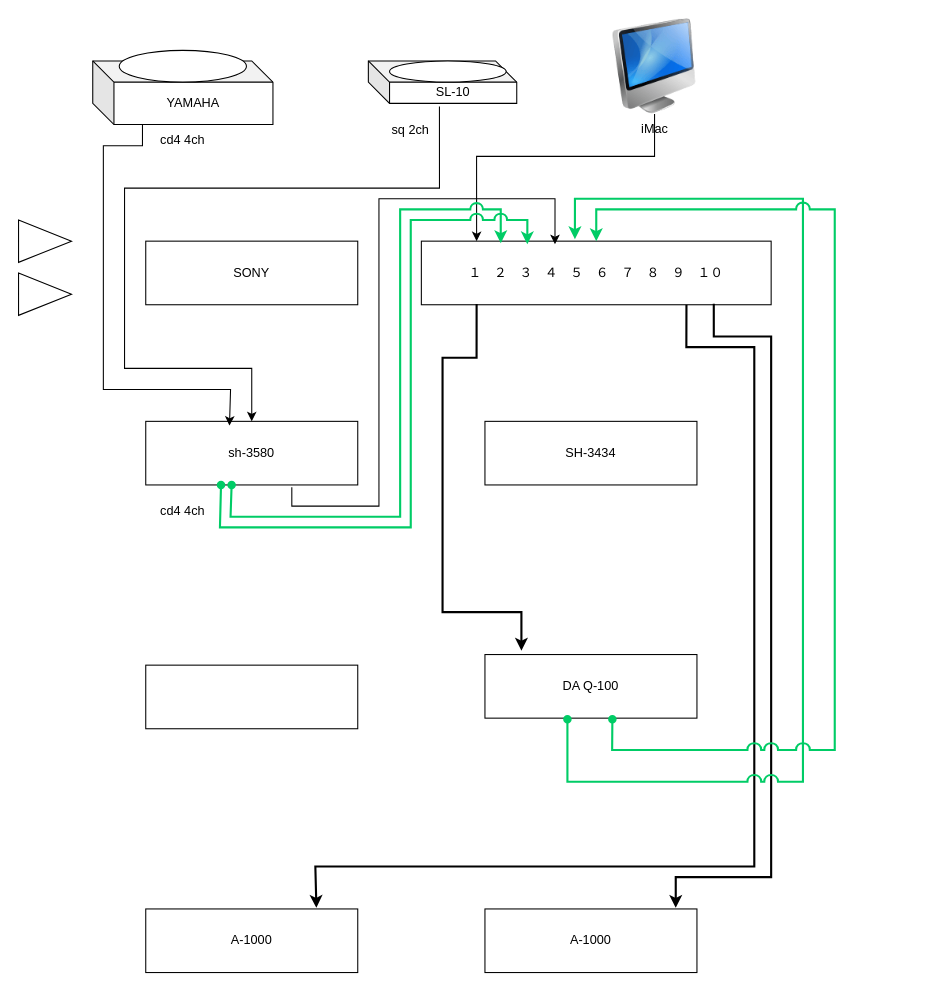
Before: św-1010.drawio in kenzi-taka/audio-diagram, a draw.io diagram. Source tidied: cells renumbered, new cells numbered last; positions are measured from the earlier drawing's top-left corner, leaving out a move shared by most shapes. Both pictures are drawn from the tidied source at 106%, with x=0, y=0 at pixel (18, 18).
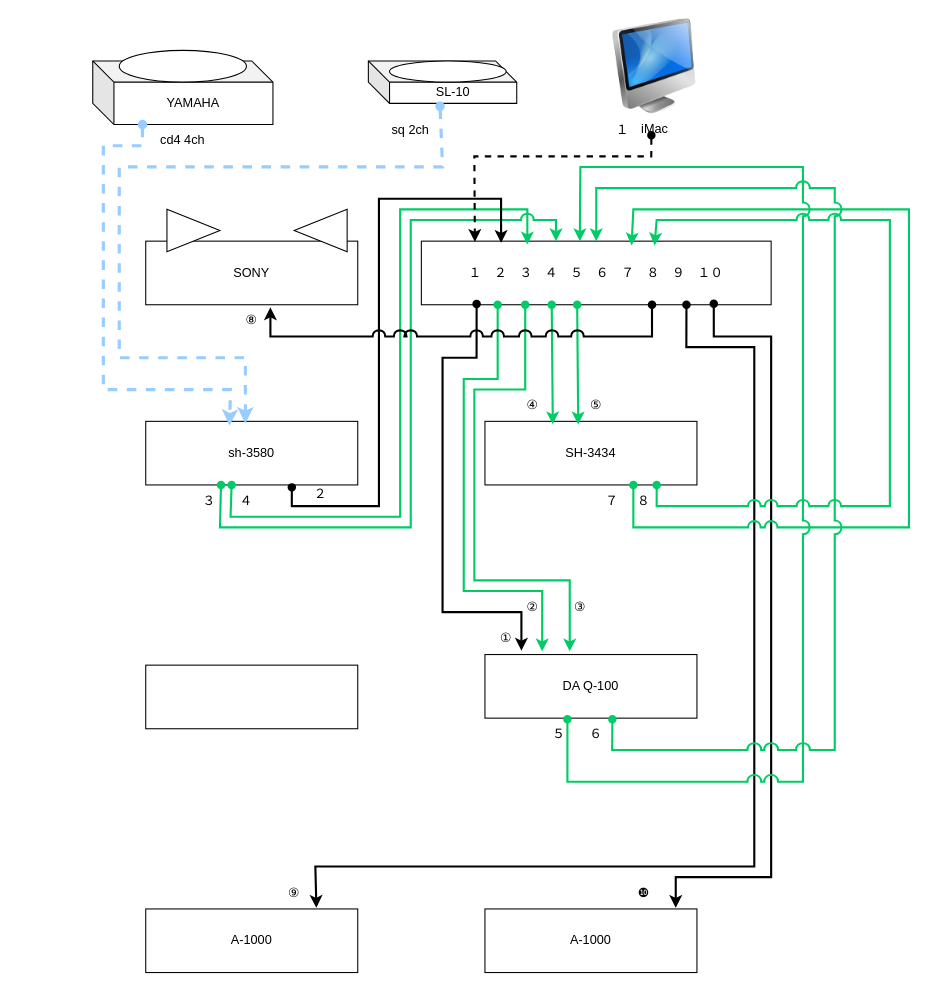
The same diagram, later.

Unchanged cells that the change refers to:
```xml
<mxCell id="2" value="iMac" style="image;html=1;image=img/lib/clip_art/computers/iMac_128x128.png;" parent="1" vertex="1">
  <mxGeometry x="550" width="100" height="90" as="geometry" />
</mxCell>
<mxCell id="3" value="YAMAHA" style="shape=cube;whiteSpace=wrap;html=1;boundedLbl=1;backgroundOutline=1;darkOpacity=0.05;darkOpacity2=0.1;" parent="1" vertex="1">
  <mxGeometry x="70" y="40" width="170" height="60" as="geometry" />
</mxCell>
<mxCell id="4" value="SL-10" style="shape=cube;whiteSpace=wrap;html=1;boundedLbl=1;backgroundOutline=1;darkOpacity=0.05;darkOpacity2=0.1;" parent="1" vertex="1">
  <mxGeometry x="330" y="40" width="140" height="40" as="geometry" />
</mxCell>
<mxCell id="7" value="SONY" style="rounded=0;whiteSpace=wrap;html=1;" parent="1" vertex="1">
  <mxGeometry x="120" y="210" width="200" height="60" as="geometry" />
</mxCell>
<mxCell id="10" value="sh-3580" style="rounded=0;whiteSpace=wrap;html=1;" parent="1" vertex="1">
  <mxGeometry x="120" y="380" width="200" height="60" as="geometry" />
</mxCell>
<mxCell id="23" value="DA Q-100" style="rounded=0;whiteSpace=wrap;html=1;" parent="1" vertex="1">
  <mxGeometry x="440" y="600" width="200" height="60" as="geometry" />
</mxCell>
<mxCell id="24" value="A-1000" style="rounded=0;whiteSpace=wrap;html=1;" parent="1" vertex="1">
  <mxGeometry x="120" y="840" width="200" height="60" as="geometry" />
</mxCell>
<mxCell id="25" value="A-1000" style="rounded=0;whiteSpace=wrap;html=1;" parent="1" vertex="1">
  <mxGeometry x="440" y="840" width="200" height="60" as="geometry" />
</mxCell>
```

The edit, as a diff of the source:
```diff
@@
+    <mxCell id="19" value="SH-3434" style="rounded=0;whiteSpace=wrap;html=1;" parent="1" vertex="1">
+      <mxGeometry x="440" y="380" width="200" height="60" as="geometry" />
+    </mxCell>
+    <mxCell id="8" style="rounded=0;whiteSpace=wrap;html=1;" parent="1" vertex="1">
+      <mxGeometry x="380" y="210" width="330" height="60" as="geometry" />
+    </mxCell>
+    <mxCell id="26" style="endArrow=classic;html=1;rounded=0;exitX=0.836;exitY=0.983;exitDx=0;exitDy=0;exitPerimeter=0;entryX=0.9;entryY=-0.017;entryDx=0;entryDy=0;entryPerimeter=0;strokeWidth=2;startArrow=oval;startFill=1;jumpStyle=arc;jumpSize=10;" parent="1" edge="1" source="8" target="25">
+      <mxGeometry relative="1" as="geometry">
+        <Array as="points">
+          <mxPoint x="655.9" y="300" />
+          <mxPoint x="710" y="300" />
+          <mxPoint x="710" y="810" />
+          <mxPoint x="620" y="810" />
+        </Array>
+      </mxGeometry>
+    </mxCell>
+    <mxCell id="27" style="endArrow=classic;html=1;rounded=0;exitX=0.836;exitY=0.983;exitDx=0;exitDy=0;exitPerimeter=0;entryX=0.805;entryY=-0.017;entryDx=0;entryDy=0;entryPerimeter=0;strokeWidth=2;startArrow=oval;startFill=1;jumpStyle=arc;jumpSize=10;" parent="1" edge="1" target="24">
+      <mxGeometry relative="1" as="geometry">
+        <mxPoint x="630.1" y="270" as="sourcePoint" />
+        <Array as="points">
+          <mxPoint x="630" y="310" />
+          <mxPoint x="694.1" y="310" />
+          <mxPoint x="694.1" y="800" />
+          <mxPoint x="280" y="800" />
+        </Array>
+      </mxGeometry>
+    </mxCell>
+    <mxCell id="32" style="endArrow=classic;html=1;rounded=0;exitX=0.7;exitY=1;exitDx=0;exitDy=0;exitPerimeter=0;entryX=0.601;entryY=0.067;entryDx=0;entryDy=0;entryPerimeter=0;strokeColor=#00CC66;strokeWidth=2;jumpStyle=arc;jumpSize=10;startArrow=oval;startFill=1;" parent="1" edge="1" source="19" target="8">
+      <mxGeometry relative="1" as="geometry">
+        <Array as="points">
+          <mxPoint x="580" y="480" />
+          <mxPoint x="840" y="480" />
+          <mxPoint x="840" y="180" />
+          <mxPoint x="580" y="180" />
+        </Array>
+      </mxGeometry>
+    </mxCell>
@@
-    <mxCell id="8" style="rounded=0;whiteSpace=wrap;html=1;" parent="1" vertex="1">
-      <mxGeometry x="380" y="210" width="330" height="60" as="geometry" />
-    </mxCell>
@@
-    <mxCell id="11" style="endArrow=classic;html=1;rounded=0;exitX=0.276;exitY=1;exitDx=0;exitDy=0;exitPerimeter=0;entryX=0.395;entryY=0.067;entryDx=0;entryDy=0;entryPerimeter=0;" parent="1" edge="1" source="3" target="10">
+    <mxCell id="11" style="endArrow=classic;html=1;rounded=0;exitX=0.276;exitY=1;exitDx=0;exitDy=0;exitPerimeter=0;entryX=0.395;entryY=0.067;entryDx=0;entryDy=0;entryPerimeter=0;strokeColor=#99CCFF;strokeWidth=3;dashed=1;startArrow=oval;startFill=1;" parent="1" edge="1" source="3" target="10">
       <mxGeometry relative="1" as="geometry">
         <Array as="points">
           <mxPoint x="116.9" y="120" />
           <mxPoint x="80" y="120" />
           <mxPoint x="80" y="350" />
           <mxPoint x="200" y="350" />
         </Array>
       </mxGeometry>
     </mxCell>
-    <mxCell id="12" style="endArrow=classic;html=1;rounded=0;exitX=0.479;exitY=1.075;exitDx=0;exitDy=0;exitPerimeter=0;entryX=0.5;entryY=0;entryDx=0;entryDy=0;" parent="1" edge="1" source="4" target="10">
-      <mxGeometry relative="1" as="geometry">
-        <Array as="points">
-          <mxPoint x="397.1" y="160" />
-          <mxPoint x="100" y="160" />
-          <mxPoint x="100" y="330" />
-          <mxPoint x="220" y="330" />
-        </Array>
-      </mxGeometry>
-    </mxCell>
-    <mxCell id="13" style="endArrow=classic;html=1;rounded=0;entryX=0.158;entryY=0;entryDx=0;entryDy=0;entryPerimeter=0;strokeWidth=1;" parent="1" edge="1" source="2" target="8">
-      <mxGeometry relative="1" as="geometry">
-        <Array as="points">
-          <mxPoint x="600" y="130" />
-          <mxPoint x="432.1" y="130" />
-        </Array>
-      </mxGeometry>
-    </mxCell>
-    <mxCell id="14" style="endArrow=classic;html=1;rounded=0;startArrow=oval;startFill=1;entryX=0.227;entryY=0.033;entryDx=0;entryDy=0;entryPerimeter=0;jumpStyle=arc;jumpSize=10;exitX=0.405;exitY=1;exitDx=0;exitDy=0;exitPerimeter=0;strokeColor=#00CC66;strokeWidth=2;" parent="1" edge="1" source="10" target="8">
+    <mxCell id="14" style="endArrow=classic;html=1;rounded=0;startArrow=oval;startFill=1;entryX=0.303;entryY=0.053;entryDx=0;entryDy=0;entryPerimeter=0;jumpStyle=arc;jumpSize=10;exitX=0.405;exitY=1;exitDx=0;exitDy=0;exitPerimeter=0;strokeColor=#00CC66;strokeWidth=2;" parent="1" edge="1" source="10" target="8">
       <mxGeometry relative="1" as="geometry">
         <Array as="points">
           <mxPoint x="200" y="470" />
           <mxPoint x="360" y="470" />
           <mxPoint x="360" y="180" />
-          <mxPoint x="454.9" y="180" />
+          <mxPoint x="480" y="180" />
         </Array>
       </mxGeometry>
     </mxCell>
-    <mxCell id="15" style="endArrow=classic;html=1;rounded=0;startArrow=oval;startFill=1;entryX=0.303;entryY=0.05;entryDx=0;entryDy=0;entryPerimeter=0;jumpStyle=arc;jumpSize=10;exitX=0.405;exitY=1;exitDx=0;exitDy=0;exitPerimeter=0;strokeColor=#00CC66;strokeWidth=2;" parent="1" edge="1" target="8">
+    <mxCell id="15" style="endArrow=classic;html=1;rounded=0;startArrow=oval;startFill=1;entryX=0.385;entryY=0;entryDx=0;entryDy=0;entryPerimeter=0;jumpStyle=arc;jumpSize=10;exitX=0.405;exitY=1;exitDx=0;exitDy=0;exitPerimeter=0;strokeColor=#00CC66;strokeWidth=2;" parent="1" edge="1" target="8">
       <mxGeometry relative="1" as="geometry">
         <mxPoint x="191" y="440" as="sourcePoint" />
         <Array as="points">
           <mxPoint x="190" y="480" />
           <mxPoint x="370" y="480" />
           <mxPoint x="370" y="190" />
-          <mxPoint x="480" y="190" />
+          <mxPoint x="507" y="190" />
         </Array>
       </mxGeometry>
     </mxCell>
@@
-    <mxCell id="18" value="cd4 4ch" style="text;html=1;whiteSpace=wrap;strokeColor=none;fillColor=none;align=center;verticalAlign=middle;rounded=0;" parent="1" vertex="1">
-      <mxGeometry x="125" y="450" width="60" height="30" as="geometry" />
+    <mxCell id="18" value="４" style="text;html=1;whiteSpace=wrap;strokeColor=none;fillColor=none;align=center;verticalAlign=middle;rounded=0;" parent="1" vertex="1">
+      <mxGeometry x="185" y="440" width="60" height="30" as="geometry" />
     </mxCell>
-    <mxCell id="19" value="SH-3434" style="rounded=0;whiteSpace=wrap;html=1;" parent="1" vertex="1">
-      <mxGeometry x="440" y="380" width="200" height="60" as="geometry" />
-    </mxCell>
     <mxCell id="20" style="triangle;whiteSpace=wrap;html=1;shapeInside=1;" parent="1" vertex="1">
-      <mxGeometry y="190" width="50" height="40" as="geometry" />
+      <mxGeometry x="140" y="180" width="50" height="40" as="geometry" />
     </mxCell>
-    <mxCell id="21" style="triangle;whiteSpace=wrap;html=1;shapeInside=1;" parent="1" vertex="1">
-      <mxGeometry y="240" width="50" height="40" as="geometry" />
+    <mxCell id="21" style="triangle;whiteSpace=wrap;html=1;shapeInside=1;rotation=-180;" parent="1" vertex="1">
+      <mxGeometry x="260" y="180" width="50" height="40" as="geometry" />
     </mxCell>
@@
-    <mxCell id="26" style="endArrow=classic;html=1;rounded=0;exitX=0.836;exitY=0.983;exitDx=0;exitDy=0;exitPerimeter=0;entryX=0.9;entryY=-0.017;entryDx=0;entryDy=0;entryPerimeter=0;strokeWidth=2;" parent="1" edge="1" source="8" target="25">
-      <mxGeometry relative="1" as="geometry">
-        <Array as="points">
-          <mxPoint x="655.9" y="300" />
-          <mxPoint x="710" y="300" />
-          <mxPoint x="710" y="810" />
-          <mxPoint x="620" y="810" />
-        </Array>
-      </mxGeometry>
-    </mxCell>
-    <mxCell id="27" style="endArrow=classic;html=1;rounded=0;exitX=0.836;exitY=0.983;exitDx=0;exitDy=0;exitPerimeter=0;entryX=0.805;entryY=-0.017;entryDx=0;entryDy=0;entryPerimeter=0;strokeWidth=2;" parent="1" edge="1" target="24">
-      <mxGeometry relative="1" as="geometry">
-        <mxPoint x="630.1" y="270" as="sourcePoint" />
-        <Array as="points">
-          <mxPoint x="630" y="310" />
-          <mxPoint x="694.1" y="310" />
-          <mxPoint x="694.1" y="800" />
-          <mxPoint x="280" y="800" />
-        </Array>
-      </mxGeometry>
-    </mxCell>
-    <mxCell id="28" style="endArrow=classic;html=1;rounded=0;exitX=0.689;exitY=1.038;exitDx=0;exitDy=0;exitPerimeter=0;entryX=0.382;entryY=0.048;entryDx=0;entryDy=0;entryPerimeter=0;" parent="1" edge="1" source="10" target="8">
+    <mxCell id="28" style="endArrow=classic;html=1;rounded=0;exitX=0.689;exitY=1.038;exitDx=0;exitDy=0;exitPerimeter=0;strokeWidth=2;startArrow=oval;startFill=1;entryX=0.228;entryY=0.027;entryDx=0;entryDy=0;entryPerimeter=0;" parent="1" edge="1" source="10" target="8">
       <mxGeometry relative="1" as="geometry">
         <Array as="points">
           <mxPoint x="257.8" y="460" />
           <mxPoint x="340" y="460" />
           <mxPoint x="340" y="170" />
-          <mxPoint x="506.1" y="170" />
+          <mxPoint x="455.2" y="170" />
         </Array>
       </mxGeometry>
     </mxCell>
-    <mxCell id="29" style="endArrow=classic;html=1;rounded=0;exitX=0.389;exitY=1.019;exitDx=0;exitDy=0;exitPerimeter=0;entryX=0.439;entryY=-0.03;entryDx=0;entryDy=0;entryPerimeter=0;strokeWidth=2;strokeColor=#00CC66;startArrow=oval;startFill=1;jumpStyle=arc;jumpSize=11;" parent="1" edge="1" source="23" target="8">
+    <mxCell id="29" style="endArrow=classic;html=1;rounded=0;exitX=0.389;exitY=1.019;exitDx=0;exitDy=0;exitPerimeter=0;entryX=0.453;entryY=0;entryDx=0;entryDy=0;entryPerimeter=0;strokeWidth=2;strokeColor=#00CC66;startArrow=oval;startFill=1;jumpStyle=arc;jumpSize=11;" parent="1" edge="1" source="23" target="8">
       <mxGeometry relative="1" as="geometry">
         <Array as="points">
           <mxPoint x="517.8" y="720" />
           <mxPoint x="630" y="720" />
           <mxPoint x="740" y="720" />
-          <mxPoint x="740" y="170" />
-          <mxPoint x="524.9" y="170" />
+          <mxPoint x="740" y="140" />
+          <mxPoint x="530" y="140" />
         </Array>
       </mxGeometry>
     </mxCell>
     <mxCell id="30" style="endArrow=classic;html=1;rounded=0;exitX=0.389;exitY=1.019;exitDx=0;exitDy=0;exitPerimeter=0;entryX=0.5;entryY=0;entryDx=0;entryDy=0;strokeWidth=2;strokeColor=#00CC66;startArrow=oval;startFill=1;jumpStyle=arc;jumpSize=11;" parent="1" edge="1" target="8">
       <mxGeometry relative="1" as="geometry">
         <mxPoint x="560.2" y="661" as="sourcePoint" />
         <Array as="points">
           <mxPoint x="560" y="690" />
           <mxPoint x="770" y="690" />
-          <mxPoint x="770" y="180" />
-          <mxPoint x="545" y="180" />
+          <mxPoint x="770" y="160" />
+          <mxPoint x="545" y="160" />
         </Array>
       </mxGeometry>
     </mxCell>
-    <mxCell id="31" style="endArrow=classic;html=1;rounded=0;exitX=0.158;exitY=0.989;exitDx=0;exitDy=0;exitPerimeter=0;entryX=0.172;entryY=-0.06;entryDx=0;entryDy=0;entryPerimeter=0;strokeWidth=2;" parent="1" edge="1" source="8" target="23">
+    <mxCell id="31" style="endArrow=classic;html=1;rounded=0;exitX=0.158;exitY=0.989;exitDx=0;exitDy=0;exitPerimeter=0;entryX=0.172;entryY=-0.06;entryDx=0;entryDy=0;entryPerimeter=0;strokeWidth=2;startArrow=oval;startFill=1;" parent="1" edge="1" source="8" target="23">
       <mxGeometry relative="1" as="geometry">
         <Array as="points">
           <mxPoint x="432.1" y="320" />
           <mxPoint x="400" y="320" />
           <mxPoint x="400" y="560" />
           <mxPoint x="474.4" y="560" />
         </Array>
       </mxGeometry>
     </mxCell>
+    <mxCell id="33" style="endArrow=classic;html=1;rounded=0;exitX=0.7;exitY=1;exitDx=0;exitDy=0;exitPerimeter=0;entryX=0.601;entryY=0.067;entryDx=0;entryDy=0;entryPerimeter=0;strokeColor=#00CC66;strokeWidth=2;startArrow=oval;startFill=1;jumpStyle=arc;jumpSize=10;" parent="1" edge="1">
+      <mxGeometry relative="1" as="geometry">
+        <mxPoint x="602" y="440" as="sourcePoint" />
+        <mxPoint x="600" y="214" as="targetPoint" />
+        <Array as="points">
+          <mxPoint x="602" y="460" />
+          <mxPoint x="822" y="460" />
+          <mxPoint x="822" y="190" />
+          <mxPoint x="602" y="190" />
+        </Array>
+      </mxGeometry>
+    </mxCell>
+    <mxCell id="34" style="endArrow=classic;html=1;rounded=0;exitX=0.158;exitY=0.989;exitDx=0;exitDy=0;exitPerimeter=0;entryX=0.172;entryY=-0.06;entryDx=0;entryDy=0;entryPerimeter=0;strokeWidth=2;startArrow=oval;startFill=1;strokeColor=#00CC66;" parent="1" edge="1">
+      <mxGeometry relative="1" as="geometry">
+        <mxPoint x="452" y="270" as="sourcePoint" />
+        <mxPoint x="494" y="597" as="targetPoint" />
+        <Array as="points">
+          <mxPoint x="452" y="340" />
+          <mxPoint x="420" y="340" />
+          <mxPoint x="420" y="540" />
+          <mxPoint x="494" y="540" />
+        </Array>
+      </mxGeometry>
+    </mxCell>
+    <mxCell id="35" style="endArrow=classic;html=1;rounded=0;exitX=0.158;exitY=0.989;exitDx=0;exitDy=0;exitPerimeter=0;entryX=0.172;entryY=-0.06;entryDx=0;entryDy=0;entryPerimeter=0;strokeWidth=2;startArrow=oval;startFill=1;strokeColor=#00CC66;" parent="1" edge="1">
+      <mxGeometry relative="1" as="geometry">
+        <mxPoint x="478" y="270" as="sourcePoint" />
+        <mxPoint x="520" y="597" as="targetPoint" />
+        <Array as="points">
+          <mxPoint x="478" y="350" />
+          <mxPoint x="430" y="350" />
+          <mxPoint x="430" y="530" />
+          <mxPoint x="520" y="530" />
+        </Array>
+      </mxGeometry>
+    </mxCell>
+    <mxCell id="36" style="endArrow=classic;html=1;rounded=0;exitX=0.158;exitY=0.989;exitDx=0;exitDy=0;exitPerimeter=0;entryX=0.32;entryY=0.047;entryDx=0;entryDy=0;entryPerimeter=0;strokeWidth=2;startArrow=oval;startFill=1;strokeColor=#00CC66;" parent="1" edge="1" target="19">
+      <mxGeometry relative="1" as="geometry">
+        <mxPoint x="503" y="270" as="sourcePoint" />
+      </mxGeometry>
+    </mxCell>
+    <mxCell id="37" style="endArrow=classic;html=1;rounded=0;exitX=0.158;exitY=0.989;exitDx=0;exitDy=0;exitPerimeter=0;entryX=0.32;entryY=0.047;entryDx=0;entryDy=0;entryPerimeter=0;strokeWidth=2;startArrow=oval;startFill=1;strokeColor=#00CC66;" parent="1" edge="1">
+      <mxGeometry relative="1" as="geometry">
+        <mxPoint x="527" y="270" as="sourcePoint" />
+        <mxPoint x="528" y="383" as="targetPoint" />
+      </mxGeometry>
+    </mxCell>
+    <mxCell id="38" style="endArrow=classic;html=1;rounded=0;exitX=0.158;exitY=0.989;exitDx=0;exitDy=0;exitPerimeter=0;strokeWidth=2;startArrow=oval;startFill=1;entryX=0.588;entryY=1.04;entryDx=0;entryDy=0;entryPerimeter=0;jumpStyle=arc;jumpSize=10;" parent="1" edge="1" target="7">
+      <mxGeometry relative="1" as="geometry">
+        <mxPoint x="597.6" y="270" as="sourcePoint" />
+        <Array as="points">
+          <mxPoint x="597.6" y="300" />
+          <mxPoint x="237.6" y="300" />
+        </Array>
+      </mxGeometry>
+    </mxCell>
+    <mxCell id="39" style="endArrow=classic;html=1;rounded=0;exitX=0.483;exitY=1.07;exitDx=0;exitDy=0;exitPerimeter=0;entryX=0.395;entryY=0.067;entryDx=0;entryDy=0;entryPerimeter=0;strokeColor=#99CCFF;strokeWidth=3;dashed=1;startArrow=oval;startFill=1;" parent="1" edge="1" source="4">
+      <mxGeometry relative="1" as="geometry">
+        <mxPoint x="214" y="382" as="targetPoint" />
+        <Array as="points">
+          <mxPoint x="400" y="140" />
+          <mxPoint x="95" y="140" />
+          <mxPoint x="95" y="320" />
+          <mxPoint x="214" y="320" />
+        </Array>
+      </mxGeometry>
+    </mxCell>
+    <mxCell id="40" style="endArrow=classic;html=1;rounded=0;exitX=0.276;exitY=1;exitDx=0;exitDy=0;exitPerimeter=0;entryX=0.153;entryY=0.013;entryDx=0;entryDy=0;entryPerimeter=0;strokeColor=#000000;strokeWidth=2;dashed=1;startArrow=oval;startFill=1;" parent="1" edge="1" target="8">
+      <mxGeometry relative="1" as="geometry">
+        <mxPoint x="597" y="110" as="sourcePoint" />
+        <Array as="points">
+          <mxPoint x="596.9" y="130" />
+          <mxPoint x="430" y="130" />
+        </Array>
+      </mxGeometry>
+    </mxCell>
+    <mxCell id="41" value="５" style="text;html=1;whiteSpace=wrap;strokeColor=none;fillColor=none;align=center;verticalAlign=middle;rounded=0;" parent="1" vertex="1">
+      <mxGeometry x="480" y="660" width="60" height="30" as="geometry" />
+    </mxCell>
+    <mxCell id="42" value="６" style="text;html=1;whiteSpace=wrap;strokeColor=none;fillColor=none;align=center;verticalAlign=middle;rounded=0;" parent="1" vertex="1">
+      <mxGeometry x="515" y="660" width="60" height="30" as="geometry" />
+    </mxCell>
+    <mxCell id="43" value="①" style="text;html=1;whiteSpace=wrap;strokeColor=none;fillColor=none;align=center;verticalAlign=middle;rounded=0;" parent="1" vertex="1">
+      <mxGeometry x="430" y="570" width="60" height="30" as="geometry" />
+    </mxCell>
+    <mxCell id="44" value="②" style="text;html=1;whiteSpace=wrap;strokeColor=none;fillColor=none;align=center;verticalAlign=middle;rounded=0;" parent="1" vertex="1">
+      <mxGeometry x="455" y="540" width="60" height="30" as="geometry" />
+    </mxCell>
+    <mxCell id="45" value="③" style="text;html=1;whiteSpace=wrap;strokeColor=none;fillColor=none;align=center;verticalAlign=middle;rounded=0;" parent="1" vertex="1">
+      <mxGeometry x="500" y="540" width="60" height="30" as="geometry" />
+    </mxCell>
+    <mxCell id="46" value="④" style="text;html=1;whiteSpace=wrap;strokeColor=none;fillColor=none;align=center;verticalAlign=middle;rounded=0;" parent="1" vertex="1">
+      <mxGeometry x="455" y="350" width="60" height="30" as="geometry" />
+    </mxCell>
+    <mxCell id="47" value="⑤" style="text;html=1;whiteSpace=wrap;strokeColor=none;fillColor=none;align=center;verticalAlign=middle;rounded=0;" parent="1" vertex="1">
+      <mxGeometry x="515" y="350" width="60" height="30" as="geometry" />
+    </mxCell>
+    <mxCell id="48" value="７" style="text;html=1;whiteSpace=wrap;strokeColor=none;fillColor=none;align=center;verticalAlign=middle;rounded=0;" parent="1" vertex="1">
+      <mxGeometry x="530" y="440" width="60" height="30" as="geometry" />
+    </mxCell>
+    <mxCell id="49" value="８" style="text;html=1;whiteSpace=wrap;strokeColor=none;fillColor=none;align=center;verticalAlign=middle;rounded=0;" parent="1" vertex="1">
+      <mxGeometry x="560" y="440" width="60" height="30" as="geometry" />
+    </mxCell>
+    <mxCell id="50" value="⑨" style="text;html=1;whiteSpace=wrap;strokeColor=none;fillColor=none;align=center;verticalAlign=middle;rounded=0;" parent="1" vertex="1">
+      <mxGeometry x="230" y="810" width="60" height="30" as="geometry" />
+    </mxCell>
+    <mxCell id="51" value="❿" style="text;html=1;whiteSpace=wrap;strokeColor=none;fillColor=none;align=center;verticalAlign=middle;rounded=0;" parent="1" vertex="1">
+      <mxGeometry x="560" y="810" width="60" height="30" as="geometry" />
+    </mxCell>
+    <mxCell id="52" value="⑧" style="text;html=1;whiteSpace=wrap;strokeColor=none;fillColor=none;align=center;verticalAlign=middle;rounded=0;" parent="1" vertex="1">
+      <mxGeometry x="190" y="270" width="60" height="30" as="geometry" />
+    </mxCell>
+    <mxCell id="53" value="３" style="text;html=1;whiteSpace=wrap;strokeColor=none;fillColor=none;align=center;verticalAlign=middle;rounded=0;" parent="1" vertex="1">
+      <mxGeometry x="150" y="440" width="60" height="30" as="geometry" />
+    </mxCell>
+    <mxCell id="54" value="２" style="text;html=1;whiteSpace=wrap;strokeColor=none;fillColor=none;align=center;verticalAlign=middle;rounded=0;" parent="1" vertex="1">
+      <mxGeometry x="255" y="434" width="60" height="30" as="geometry" />
+    </mxCell>
+    <mxCell id="55" value="１" style="text;html=1;whiteSpace=wrap;strokeColor=none;fillColor=none;align=center;verticalAlign=middle;rounded=0;" parent="1" vertex="1">
+      <mxGeometry x="540" y="90" width="60" height="30" as="geometry" />
+    </mxCell>
```
